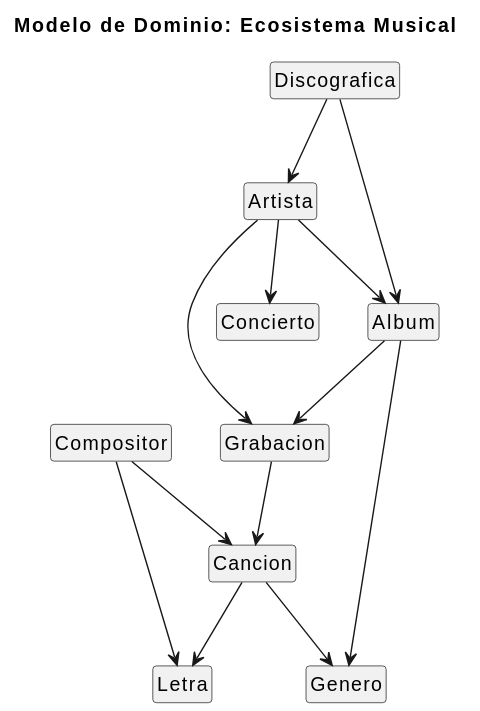
Earlier version of the PlantUML export entregas/garciaRaul/images/dominio.svg (mmasias/25-26-IDSW2). The source it was exported from:
```plantuml
@startuml
skinparam style strictuml
skinparam monochrome true
skinparam shadowing false
hide empty members

title Modelo de Dominio: Ecosistema Musical

class Artista
class Discografica
class Album
class Genero
class Grabacion
class Cancion
class Compositor
class Letra
class Concierto


Discografica --> Artista
Discografica --> Album

Artista --> Concierto
Artista --> Grabacion
Artista --> Album

Album --> Grabacion
Album --> Genero

Grabacion --> Cancion

Cancion --> Letra
Cancion --> Genero

Compositor --> Cancion
Compositor --> Letra
@enduml
```
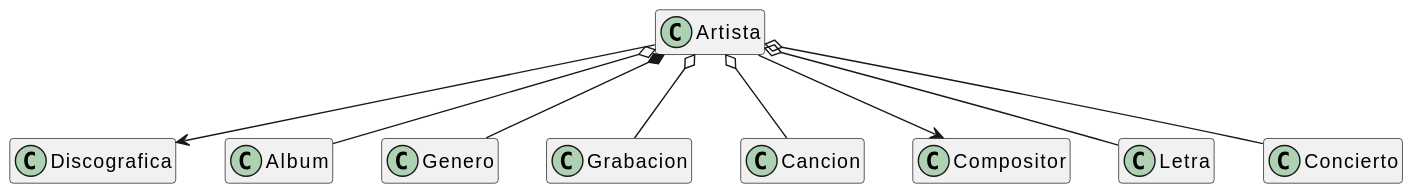
After the change.

Commit message:
2º iteración: Primera aproximación de relación de clases

The edit, as a diff of the source:
```diff
@@ -1,37 +1,39 @@
 @startuml
-skinparam style strictuml
-skinparam monochrome true
-skinparam shadowing false
 hide empty members
 
-title Modelo de Dominio: Ecosistema Musical
+class Artista {
+}
 
-class Artista
-class Discografica
-class Album
-class Genero
-class Grabacion
-class Cancion
-class Compositor
-class Letra
-class Concierto
+class Discografica {
+}
 
+class Album {
+}
 
-Discografica --> Artista
-Discografica --> Album
+class Genero {
+}
 
-Artista --> Concierto
-Artista --> Grabacion
-Artista --> Album
+class Grabacion {
+}
 
-Album --> Grabacion
-Album --> Genero
+class Cancion {
+}
 
-Grabacion --> Cancion
+class Compositor {
+}
 
-Cancion --> Letra
-Cancion --> Genero
+class Letra {
+}
 
-Compositor --> Cancion
-Compositor --> Letra
+class Concierto {
+}
+
+Artista *-- Genero
+Artista o-- Album
+Artista o-- Concierto
+Artista o-- Grabacion
+Artista o-- Cancion
+Artista o-- Letra
+Artista --> Discografica
+Artista --> Compositor
 @enduml
```
